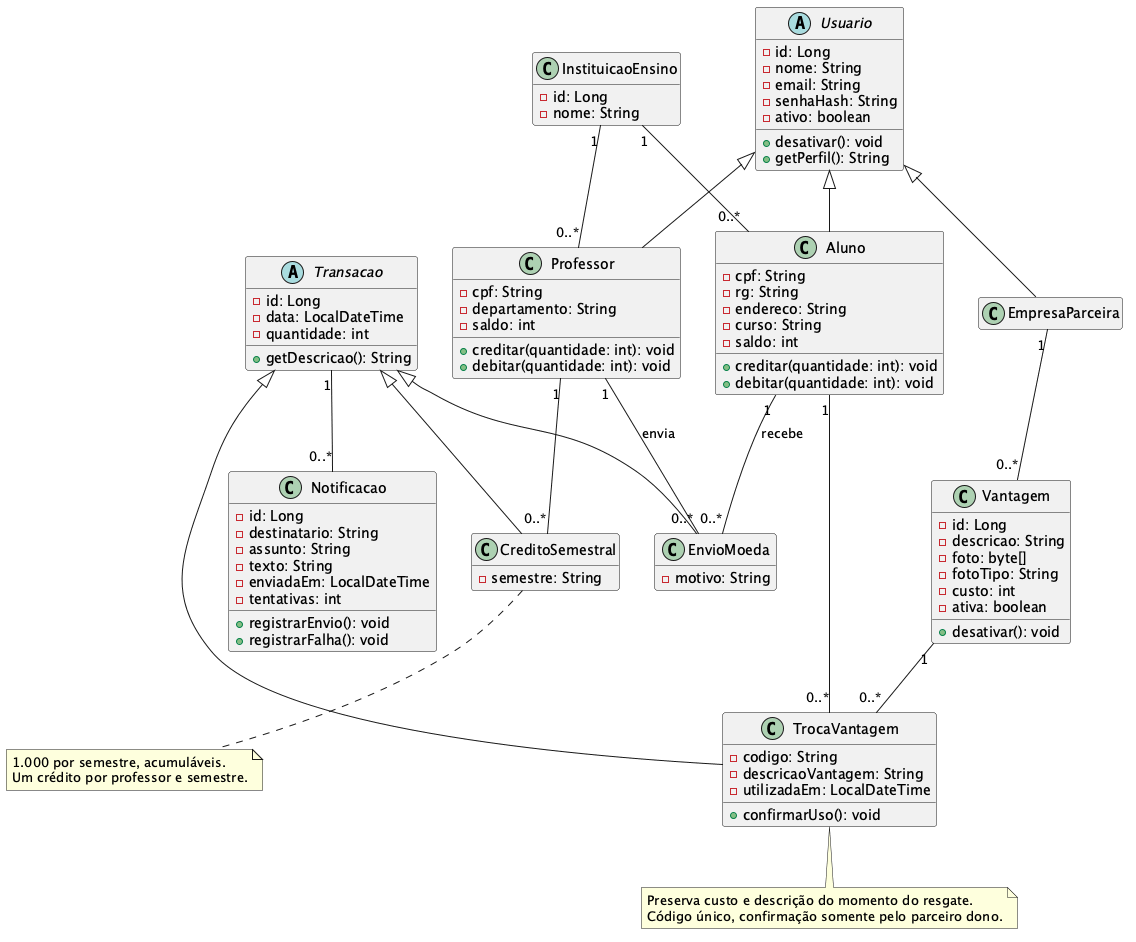
lucasnmc12/lab03-moeda-estudantil keeps this PlantUML diagram as docs/diagramas/classes_moeda.png. Above is the earlier version. Its diagram source:
```plantuml
@startuml classes_moeda
hide empty members
skinparam shadowing false
abstract class Usuario {
 -id: Long
 -nome: String
 -email: String
 -senhaHash: String
 -ativo: boolean
 +desativar(): void
 +getPerfil(): String
}
class InstituicaoEnsino {
 -id: Long
 -nome: String
}
class Aluno {
 -cpf: String
 -rg: String
 -endereco: String
 -curso: String
 -saldo: int
 +creditar(quantidade: int): void
 +debitar(quantidade: int): void
}
class Professor {
 -cpf: String
 -departamento: String
 -saldo: int
 +creditar(quantidade: int): void
 +debitar(quantidade: int): void
}
class EmpresaParceira
class Vantagem {
 -id: Long
 -descricao: String
 -foto: byte[]
 -fotoTipo: String
 -custo: int
 -ativa: boolean
 +desativar(): void
}
abstract class Transacao {
 -id: Long
 -data: LocalDateTime
 -quantidade: int
 +getDescricao(): String
}
class EnvioMoeda {
 -motivo: String
}
class TrocaVantagem {
 -codigo: String
 -descricaoVantagem: String
 -utilizadaEm: LocalDateTime
 +confirmarUso(): void
}
class CreditoSemestral {
 -semestre: String
}
class Notificacao {
 -id: Long
 -destinatario: String
 -assunto: String
 -texto: String
 -enviadaEm: LocalDateTime
 -tentativas: int
 +registrarEnvio(): void
 +registrarFalha(): void
}
Usuario <|-- Aluno
Usuario <|-- Professor
Usuario <|-- EmpresaParceira
InstituicaoEnsino "1" -- "0..*" Aluno
InstituicaoEnsino "1" -- "0..*" Professor
EmpresaParceira "1" -- "0..*" Vantagem
Transacao <|-- EnvioMoeda
Transacao <|-- TrocaVantagem
Transacao <|-- CreditoSemestral
Professor "1" -- "0..*" EnvioMoeda : envia
Aluno "1" -- "0..*" EnvioMoeda : recebe
Aluno "1" -- "0..*" TrocaVantagem
Vantagem "1" -- "0..*" TrocaVantagem
Professor "1" -- "0..*" CreditoSemestral
Transacao "1" -- "0..*" Notificacao
note bottom of CreditoSemestral
1.000 por semestre, acumuláveis.
Um crédito por professor e semestre.
end note
note bottom of TrocaVantagem
Preserva custo e descrição do momento do resgate.
Código único, confirmação somente pelo parceiro dono.
end note
@enduml
```
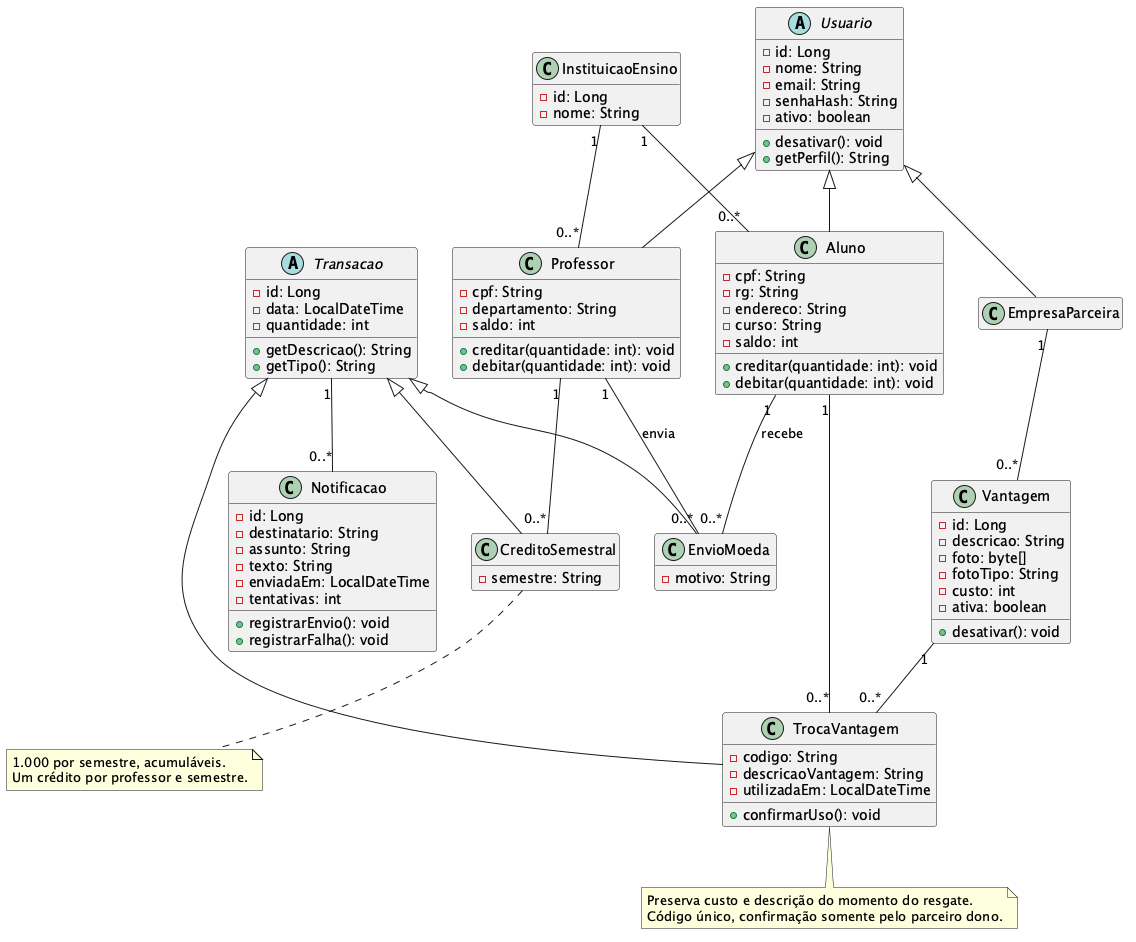
After the commit.

The edit, as a diff of the source:
```diff
@@ -45,6 +45,7 @@
  -data: LocalDateTime
  -quantidade: int
  +getDescricao(): String
+ +getTipo(): String
 }
 class EnvioMoeda {
  -motivo: String
```
